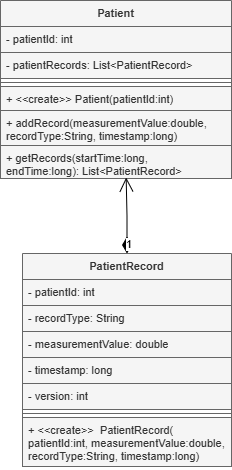
The draw.io diagram uml_models/DiagramPatientIdentificationSystem.drawio.png in KlaraAlbertova/signal_project, before a commit. Source tidied: cells renumbered, new cells last; positions are measured from the earlier drawing's top-left corner, leaving out a move shared by most shapes.
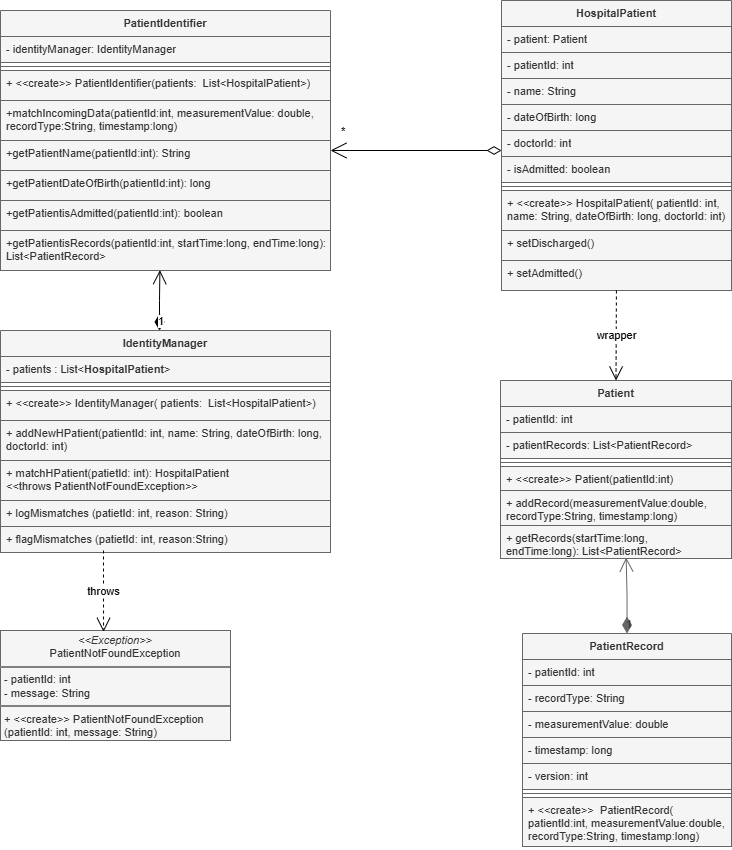
The same diagram one commit later.

Change to the diagram source:
```diff
@@ -1,4 +1,4 @@
-<mxGraphModel>
+<mxGraphModel background="#ffffff">
   <root>
     <mxCell id="0" />
     <mxCell id="1" parent="0" />
@@ -8,19 +8,19 @@
     <mxCell id="3" value="-&amp;nbsp;&lt;span&gt;patientId&lt;/span&gt;&lt;span&gt;: int&lt;/span&gt;" style="text;strokeColor=#666666;fillColor=#f5f5f5;align=left;verticalAlign=top;spacingLeft=4;spacingRight=4;overflow=hidden;whiteSpace=wrap;html=1;fontSize=11;fontFamily=Helvetica;labelBackgroundColor=none;fontColor=#333333;" parent="2" vertex="1">
       <mxGeometry y="26" width="231" height="26" as="geometry" />
     </mxCell>
-    <mxCell id="4" value="&lt;span&gt;-&amp;nbsp;&lt;/span&gt;&lt;span&gt;patientRecords&lt;/span&gt;&lt;span&gt;:&amp;nbsp;&lt;/span&gt;&lt;span style=&quot;&quot;&gt;List&amp;lt;PatientRecord&amp;gt;&lt;/span&gt;" style="text;strokeColor=#666666;fillColor=#f5f5f5;align=left;verticalAlign=top;spacingLeft=4;spacingRight=4;overflow=hidden;whiteSpace=wrap;html=1;fontSize=11;fontFamily=Helvetica;labelBackgroundColor=none;fontColor=#333333;" parent="2" vertex="1">
+    <mxCell id="4" value="&lt;span&gt;-&amp;nbsp;&lt;/span&gt;&lt;span&gt;patientRecords&lt;/span&gt;&lt;span&gt;:&amp;nbsp;&lt;/span&gt;&lt;span&gt;List&amp;lt;PatientRecord&amp;gt;&lt;/span&gt;" style="text;strokeColor=#666666;fillColor=#f5f5f5;align=left;verticalAlign=top;spacingLeft=4;spacingRight=4;overflow=hidden;whiteSpace=wrap;html=1;fontSize=11;fontFamily=Helvetica;labelBackgroundColor=none;fontColor=#333333;" parent="2" vertex="1">
       <mxGeometry y="52" width="231" height="26" as="geometry" />
     </mxCell>
     <mxCell id="5" style="line;strokeWidth=1;fillColor=#f5f5f5;align=left;verticalAlign=middle;spacingTop=-1;spacingLeft=3;spacingRight=3;labelPosition=right;strokeColor=#666666;fontSize=11;fontFamily=Helvetica;labelBackgroundColor=none;fontColor=#333333;" parent="2" vertex="1">
       <mxGeometry y="78" width="231" height="8" as="geometry" />
     </mxCell>
-    <mxCell id="6" value="+ &amp;lt;&amp;lt;create&amp;gt;&amp;gt;&amp;nbsp;&lt;span style=&quot;&quot;&gt;Patient&lt;/span&gt;&lt;span style=&quot;&quot;&gt;(&lt;/span&gt;&lt;span style=&quot;&quot;&gt;patientId:int)&lt;/span&gt;" style="text;strokeColor=#666666;fillColor=#f5f5f5;align=left;verticalAlign=top;spacingLeft=4;spacingRight=4;overflow=hidden;whiteSpace=wrap;html=1;fontSize=11;fontFamily=Helvetica;labelBackgroundColor=none;fontColor=#333333;" parent="2" vertex="1">
+    <mxCell id="6" value="+ &amp;lt;&amp;lt;create&amp;gt;&amp;gt;&amp;nbsp;&lt;span&gt;Patient&lt;/span&gt;&lt;span&gt;(&lt;/span&gt;&lt;span&gt;patientId:int)&lt;/span&gt;" style="text;strokeColor=#666666;fillColor=#f5f5f5;align=left;verticalAlign=top;spacingLeft=4;spacingRight=4;overflow=hidden;whiteSpace=wrap;html=1;fontSize=11;fontFamily=Helvetica;labelBackgroundColor=none;fontColor=#333333;" parent="2" vertex="1">
       <mxGeometry y="86" width="231" height="24" as="geometry" />
     </mxCell>
-    <mxCell id="7" value="+&amp;nbsp;&lt;span style=&quot;&quot;&gt;addRecord&lt;/span&gt;&lt;span&gt;(&lt;/span&gt;&lt;span style=&quot;&quot;&gt;measurementValue:double, recordType:String,&amp;nbsp;&lt;/span&gt;&lt;span style=&quot;&quot;&gt;timestamp:long&lt;/span&gt;&lt;span&gt;)&amp;nbsp;&lt;/span&gt;&lt;br&gt;&lt;div&gt;&lt;span&gt;&lt;br&gt;&lt;/span&gt;&lt;/div&gt;" style="text;strokeColor=#666666;fillColor=#f5f5f5;align=left;verticalAlign=top;spacingLeft=4;spacingRight=4;overflow=hidden;whiteSpace=wrap;html=1;fontSize=11;fontFamily=Helvetica;labelBackgroundColor=none;fontColor=#333333;" parent="2" vertex="1">
+    <mxCell id="7" value="+&amp;nbsp;&lt;span&gt;addRecord&lt;/span&gt;&lt;span&gt;(&lt;/span&gt;&lt;span&gt;measurementValue:double, recordType:String,&amp;nbsp;&lt;/span&gt;&lt;span&gt;timestamp:long&lt;/span&gt;&lt;span&gt;)&amp;nbsp;&lt;/span&gt;&lt;br&gt;&lt;div&gt;&lt;span&gt;&lt;br&gt;&lt;/span&gt;&lt;/div&gt;" style="text;strokeColor=#666666;fillColor=#f5f5f5;align=left;verticalAlign=top;spacingLeft=4;spacingRight=4;overflow=hidden;whiteSpace=wrap;html=1;fontSize=11;fontFamily=Helvetica;labelBackgroundColor=none;fontColor=#333333;" parent="2" vertex="1">
       <mxGeometry y="110" width="231" height="35" as="geometry" />
     </mxCell>
-    <mxCell id="8" value="+&amp;nbsp;&lt;span style=&quot;&quot;&gt;getRecords&lt;/span&gt;&lt;span&gt;(&lt;/span&gt;&lt;span style=&quot;&quot;&gt;startTime:long, &lt;/span&gt;&lt;span style=&quot;&quot;&gt;endTime:long&lt;/span&gt;&lt;span&gt;):&amp;nbsp;&lt;/span&gt;&lt;span style=&quot;&quot;&gt;List&amp;lt;PatientRecord&amp;gt;&lt;/span&gt;" style="text;strokeColor=#666666;fillColor=#f5f5f5;align=left;verticalAlign=top;spacingLeft=4;spacingRight=4;overflow=hidden;points=[[0,0.5],[1,0.5]];portConstraint=eastwest;whiteSpace=wrap;html=1;fontSize=11;fontFamily=Helvetica;fontColor=#333333;labelBackgroundColor=none;" parent="2" vertex="1">
+    <mxCell id="8" value="+&amp;nbsp;&lt;span&gt;getRecords&lt;/span&gt;&lt;span&gt;(&lt;/span&gt;&lt;span&gt;startTime:long, &lt;/span&gt;&lt;span&gt;endTime:long&lt;/span&gt;&lt;span&gt;):&amp;nbsp;&lt;/span&gt;&lt;span&gt;List&amp;lt;PatientRecord&amp;gt;&lt;/span&gt;" style="text;strokeColor=#666666;fillColor=#f5f5f5;align=left;verticalAlign=top;spacingLeft=4;spacingRight=4;overflow=hidden;points=[[0,0.5],[1,0.5]];portConstraint=eastwest;whiteSpace=wrap;html=1;fontSize=11;fontFamily=Helvetica;fontColor=#333333;labelBackgroundColor=none;" parent="2" vertex="1">
       <mxGeometry y="145" width="231" height="33" as="geometry" />
     </mxCell>
     <mxCell id="9" value="&lt;span&gt;PatientRecord&lt;/span&gt;" style="swimlane;fontStyle=1;align=center;verticalAlign=top;horizontal=1;startSize=26;whiteSpace=wrap;html=1;fontSize=11;fontFamily=Helvetica;labelBackgroundColor=none;fontColor=#333333;fillColor=#f5f5f5;strokeColor=#666666;" parent="1" vertex="1">
@@ -44,11 +44,117 @@
     <mxCell id="15" style="line;strokeWidth=1;fillColor=#f5f5f5;align=left;verticalAlign=middle;spacingTop=-1;spacingLeft=3;spacingRight=3;labelPosition=right;strokeColor=#666666;fontSize=11;fontFamily=Helvetica;labelBackgroundColor=none;fontColor=#333333;" parent="9" vertex="1">
       <mxGeometry y="156" width="209" height="8" as="geometry" />
     </mxCell>
-    <mxCell id="16" value="+ &amp;lt;&amp;lt;create&amp;gt;&amp;gt;&amp;nbsp;&amp;nbsp;&lt;span style=&quot;&quot;&gt;PatientRecord&lt;/span&gt;&lt;span style=&quot;&quot;&gt;(&lt;/span&gt;&lt;div&gt;&lt;span style=&quot;&quot;&gt;patientId:int,&amp;nbsp;&lt;/span&gt;&lt;span style=&quot;background-color: transparent;&quot;&gt;measurementValue:double, recordType:String, &lt;/span&gt;&lt;span style=&quot;background-color: transparent;&quot;&gt;timestamp:long)&lt;/span&gt;&lt;/div&gt;" style="text;strokeColor=#666666;fillColor=#f5f5f5;align=left;verticalAlign=top;spacingLeft=4;spacingRight=4;overflow=hidden;whiteSpace=wrap;html=1;fontSize=11;fontFamily=Helvetica;labelBackgroundColor=none;fontColor=#333333;" parent="9" vertex="1">
+    <mxCell id="16" value="+ &amp;lt;&amp;lt;create&amp;gt;&amp;gt;&amp;nbsp;&amp;nbsp;&lt;span&gt;PatientRecord&lt;/span&gt;&lt;span&gt;(&lt;/span&gt;&lt;div&gt;&lt;span&gt;patientId:int,&amp;nbsp;&lt;/span&gt;&lt;span style=&quot;&quot;&gt;measurementValue:double, recordType:String, &lt;/span&gt;&lt;span style=&quot;&quot;&gt;timestamp:long)&lt;/span&gt;&lt;/div&gt;" style="text;strokeColor=#666666;fillColor=#f5f5f5;align=left;verticalAlign=top;spacingLeft=4;spacingRight=4;overflow=hidden;whiteSpace=wrap;html=1;fontSize=11;fontFamily=Helvetica;labelBackgroundColor=none;fontColor=#333333;" parent="9" vertex="1">
       <mxGeometry y="164" width="209" height="49" as="geometry" />
     </mxCell>
-    <mxCell id="17" value="1" style="endArrow=open;html=1;endSize=12;startArrow=diamondThin;startSize=14;startFill=1;edgeStyle=orthogonalEdgeStyle;align=left;verticalAlign=bottom;rounded=0;entryX=0.544;entryY=0.97;entryDx=0;entryDy=0;entryPerimeter=0;strokeColor=light-dark(#000000,#FFFFFF);" parent="1" edge="1" source="9" target="8">
+    <mxCell id="17" value="1" style="endArrow=open;html=1;endSize=12;startArrow=diamondThin;startSize=14;startFill=1;edgeStyle=orthogonalEdgeStyle;align=left;verticalAlign=bottom;rounded=0;entryX=0.544;entryY=0.97;entryDx=0;entryDy=0;entryPerimeter=0;strokeColor=#666666;fillColor=#f5f5f5;fontSize=11;fontFamily=Helvetica;fontColor=light-dark(#333333,#C1C1C1);labelBackgroundColor=none;" parent="1" edge="1" source="9" target="8">
       <mxGeometry x="-1" y="3" relative="1" as="geometry" />
     </mxCell>
+    <mxCell id="18" value="&lt;span lang=&quot;EN-CA&quot; style=&quot;&quot;&gt;PatientIdentifier&lt;/span&gt;" style="swimlane;fontStyle=1;align=center;verticalAlign=top;horizontal=1;startSize=26;whiteSpace=wrap;html=1;fontColor=#333333;fillColor=#f5f5f5;strokeColor=#666666;fontSize=11;fontFamily=Helvetica;labelBackgroundColor=none;" parent="1" vertex="1">
+      <mxGeometry x="-500" y="-370" width="330" height="260" as="geometry" />
+    </mxCell>
+    <mxCell id="19" value="- i&lt;span lang=&quot;EN-CA&quot; style=&quot;&quot;&gt;dentityManager:&amp;nbsp;&lt;/span&gt;&lt;span lang=&quot;EN-CA&quot; style=&quot;&quot;&gt;IdentityManager&lt;/span&gt;" style="text;strokeColor=#666666;fillColor=#f5f5f5;align=left;verticalAlign=top;spacingLeft=4;spacingRight=4;overflow=hidden;whiteSpace=wrap;html=1;fontColor=#333333;fontSize=11;fontFamily=Helvetica;labelBackgroundColor=none;" parent="18" vertex="1">
+      <mxGeometry y="26" width="330" height="26" as="geometry" />
+    </mxCell>
+    <mxCell id="20" style="line;strokeWidth=1;fillColor=#f5f5f5;align=left;verticalAlign=middle;spacingTop=-1;spacingLeft=3;spacingRight=3;labelPosition=right;strokeColor=#666666;fontColor=#333333;fontSize=11;fontFamily=Helvetica;labelBackgroundColor=none;" parent="18" vertex="1">
+      <mxGeometry y="52" width="330" height="8" as="geometry" />
+    </mxCell>
+    <mxCell id="21" value="+ &amp;lt;&amp;lt;create&amp;gt;&amp;gt; PatientIdentifier(patients:&amp;nbsp;&amp;nbsp;List&amp;lt;&lt;span style=&quot;text-align: center;&quot;&gt;HospitalPatient&lt;/span&gt;&amp;gt;)" style="text;strokeColor=#666666;fillColor=#f5f5f5;align=left;verticalAlign=top;spacingLeft=4;spacingRight=4;overflow=hidden;whiteSpace=wrap;html=1;fontColor=#333333;fontSize=11;fontFamily=Helvetica;labelBackgroundColor=none;" parent="18" vertex="1">
+      <mxGeometry y="60" width="330" height="30" as="geometry" />
+    </mxCell>
+    <mxCell id="22" value="+matchIncomingData(&lt;span&gt;patientId:int,&amp;nbsp;&lt;/span&gt;&lt;span style=&quot;&quot;&gt;measurementValue: double, recordType:String,&amp;nbsp;&lt;/span&gt;&lt;span style=&quot;&quot;&gt;timestamp:long&lt;/span&gt;)&amp;nbsp;&amp;nbsp;" style="text;strokeColor=#666666;fillColor=#f5f5f5;align=left;verticalAlign=top;spacingLeft=4;spacingRight=4;overflow=hidden;whiteSpace=wrap;html=1;fontColor=#333333;fontSize=11;fontFamily=Helvetica;labelBackgroundColor=none;" parent="18" vertex="1">
+      <mxGeometry y="90" width="330" height="40" as="geometry" />
+    </mxCell>
+    <mxCell id="23" value="+getPatientName(&lt;span&gt;patientId:int&lt;/span&gt;): String&amp;nbsp;&amp;nbsp;" style="text;strokeColor=#666666;fillColor=#f5f5f5;align=left;verticalAlign=top;spacingLeft=4;spacingRight=4;overflow=hidden;points=[[0,0.5],[1,0.5]];portConstraint=eastwest;whiteSpace=wrap;html=1;fontColor=#333333;fontSize=11;fontFamily=Helvetica;labelBackgroundColor=none;" parent="18" vertex="1">
+      <mxGeometry y="130" width="330" height="30" as="geometry" />
+    </mxCell>
+    <mxCell id="24" value="+getPatientDateOfBirth(&lt;span&gt;patientId:int&lt;/span&gt;): long" style="text;strokeColor=#666666;fillColor=#f5f5f5;align=left;verticalAlign=top;spacingLeft=4;spacingRight=4;overflow=hidden;whiteSpace=wrap;html=1;fontColor=#333333;fontSize=11;fontFamily=Helvetica;labelBackgroundColor=none;" parent="18" vertex="1">
+      <mxGeometry y="160" width="330" height="30" as="geometry" />
+    </mxCell>
+    <mxCell id="25" value="+getPatientisAdmitted(&lt;span&gt;patientId:int&lt;/span&gt;): boolean" style="text;strokeColor=#666666;fillColor=#f5f5f5;align=left;verticalAlign=top;spacingLeft=4;spacingRight=4;overflow=hidden;whiteSpace=wrap;html=1;fontColor=#333333;fontSize=11;fontFamily=Helvetica;labelBackgroundColor=none;" parent="18" vertex="1">
+      <mxGeometry y="190" width="330" height="30" as="geometry" />
+    </mxCell>
+    <mxCell id="26" value="+getPatientisRecords(&lt;span&gt;patientId:int,&amp;nbsp;&lt;/span&gt;&lt;span&gt;startTime:long,&amp;nbsp;&lt;/span&gt;&lt;span&gt;endTime:long&lt;/span&gt;):&amp;nbsp;&lt;div&gt;&lt;span&gt;List&amp;lt;PatientRecord&amp;gt;&lt;/span&gt;&lt;/div&gt;" style="text;strokeColor=#666666;fillColor=#f5f5f5;align=left;verticalAlign=top;spacingLeft=4;spacingRight=4;overflow=hidden;points=[[0,0.5],[1,0.5]];portConstraint=eastwest;whiteSpace=wrap;html=1;fontColor=#333333;fontSize=11;fontFamily=Helvetica;labelBackgroundColor=none;" parent="18" vertex="1">
+      <mxGeometry y="220" width="330" height="40" as="geometry" />
+    </mxCell>
+    <mxCell id="27" value="&lt;span lang=&quot;EN-CA&quot; style=&quot;&quot;&gt;IdentityManager&lt;/span&gt;" style="swimlane;fontStyle=1;align=center;verticalAlign=top;horizontal=1;startSize=26;whiteSpace=wrap;html=1;fillColor=#f5f5f5;fontColor=#333333;strokeColor=#666666;fontSize=11;fontFamily=Helvetica;labelBackgroundColor=none;" parent="1" vertex="1">
+      <mxGeometry x="-500" y="-50" width="330" height="222" as="geometry" />
+    </mxCell>
+    <mxCell id="28" value="- patients : List&amp;lt;&lt;span style=&quot;font-weight: 700; text-align: center;&quot;&gt;HospitalPatient&lt;/span&gt;&amp;gt;" style="text;strokeColor=#666666;fillColor=#f5f5f5;align=left;verticalAlign=top;spacingLeft=4;spacingRight=4;overflow=hidden;whiteSpace=wrap;html=1;fontColor=#333333;fontSize=11;fontFamily=Helvetica;labelBackgroundColor=none;" parent="27" vertex="1">
+      <mxGeometry y="26" width="330" height="26" as="geometry" />
+    </mxCell>
+    <mxCell id="29" style="line;strokeWidth=1;fillColor=#f5f5f5;align=left;verticalAlign=middle;spacingTop=-1;spacingLeft=3;spacingRight=3;labelPosition=right;strokeColor=#666666;fontColor=#333333;fontSize=11;fontFamily=Helvetica;labelBackgroundColor=none;fontStyle=0;" parent="27" vertex="1">
+      <mxGeometry y="52" width="330" height="8" as="geometry" />
+    </mxCell>
+    <mxCell id="30" value="+ &amp;lt;&amp;lt;create&amp;gt;&amp;gt; IdentityManager( patients:&amp;nbsp;&amp;nbsp;List&amp;lt;&lt;span style=&quot;text-align: center;&quot;&gt;HospitalPatient&lt;/span&gt;&amp;gt;)" style="text;strokeColor=#666666;fillColor=#f5f5f5;align=left;verticalAlign=top;spacingLeft=4;spacingRight=4;overflow=hidden;whiteSpace=wrap;html=1;fontColor=#333333;fontSize=11;fontFamily=Helvetica;labelBackgroundColor=none;fontStyle=0;" parent="27" vertex="1">
+      <mxGeometry y="60" width="330" height="30" as="geometry" />
+    </mxCell>
+    <mxCell id="31" value="+ addNewHPatient(patientId: int, name: String, dateOfBirth: long, doctorId: int)" style="text;strokeColor=#666666;fillColor=#f5f5f5;align=left;verticalAlign=top;spacingLeft=4;spacingRight=4;overflow=hidden;whiteSpace=wrap;html=1;fontColor=#333333;fontSize=11;fontFamily=Helvetica;labelBackgroundColor=none;fontStyle=0;" parent="27" vertex="1">
+      <mxGeometry y="90" width="330" height="40" as="geometry" />
+    </mxCell>
+    <mxCell id="32" value="+ matchHPatient(patietId: int):&amp;nbsp;&lt;span style=&quot;text-align: center;&quot;&gt;HospitalPatient&amp;nbsp;&lt;/span&gt;&lt;div&gt;&amp;lt;&amp;lt;throws PatientNotFoundException&amp;gt;&amp;gt;&amp;nbsp;&lt;/div&gt;" style="text;strokeColor=#666666;fillColor=#f5f5f5;align=left;verticalAlign=top;spacingLeft=4;spacingRight=4;overflow=hidden;whiteSpace=wrap;html=1;fontColor=#333333;fontSize=11;fontFamily=Helvetica;labelBackgroundColor=none;fontStyle=0;" parent="27" vertex="1">
+      <mxGeometry y="130" width="330" height="40" as="geometry" />
+    </mxCell>
+    <mxCell id="33" value="+ logM&lt;span lang=&quot;EN-CA&quot; style=&quot;&quot;&gt;ismatches&amp;nbsp;&lt;/span&gt;(patietId: int, reason: String)" style="text;strokeColor=#666666;fillColor=#f5f5f5;align=left;verticalAlign=top;spacingLeft=4;spacingRight=4;overflow=hidden;whiteSpace=wrap;html=1;fontColor=#333333;fontSize=11;fontFamily=Helvetica;labelBackgroundColor=none;fontStyle=0;" parent="27" vertex="1">
+      <mxGeometry y="170" width="330" height="26" as="geometry" />
+    </mxCell>
+    <mxCell id="34" value="+ flagM&lt;span lang=&quot;EN-CA&quot;&gt;ismatches&amp;nbsp;&lt;/span&gt;(patietId: int, reason:String)" style="text;strokeColor=#666666;fillColor=#f5f5f5;align=left;verticalAlign=top;spacingLeft=4;spacingRight=4;overflow=hidden;whiteSpace=wrap;html=1;fontColor=#333333;fontSize=11;fontFamily=Helvetica;labelBackgroundColor=none;fontStyle=0;" parent="27" vertex="1">
+      <mxGeometry y="196" width="330" height="26" as="geometry" />
+    </mxCell>
+    <mxCell id="35" value="&lt;span lang=&quot;EN-CA&quot; style=&quot;&quot;&gt;HospitalPatient&lt;/span&gt;" style="swimlane;fontStyle=1;align=center;verticalAlign=top;horizontal=1;startSize=26;whiteSpace=wrap;html=1;fillColor=#f5f5f5;fontColor=#333333;strokeColor=#666666;fontSize=11;fontFamily=Helvetica;labelBackgroundColor=none;" parent="1" vertex="1">
+      <mxGeometry x="1" y="-380" width="230" height="290" as="geometry" />
+    </mxCell>
+    <mxCell id="36" value="- patient: Patient" style="text;strokeColor=#666666;fillColor=#f5f5f5;align=left;verticalAlign=top;spacingLeft=4;spacingRight=4;overflow=hidden;whiteSpace=wrap;html=1;fontColor=#333333;fontSize=11;fontFamily=Helvetica;labelBackgroundColor=none;" parent="35" vertex="1">
+      <mxGeometry y="26" width="230" height="26" as="geometry" />
+    </mxCell>
+    <mxCell id="37" value="- patientId: int" style="text;strokeColor=#666666;fillColor=#f5f5f5;align=left;verticalAlign=top;spacingLeft=4;spacingRight=4;overflow=hidden;whiteSpace=wrap;html=1;fontColor=#333333;fontSize=11;fontFamily=Helvetica;labelBackgroundColor=none;" parent="35" vertex="1">
+      <mxGeometry y="52" width="230" height="26" as="geometry" />
+    </mxCell>
+    <mxCell id="38" value="- name: String" style="text;strokeColor=#666666;fillColor=#f5f5f5;align=left;verticalAlign=top;spacingLeft=4;spacingRight=4;overflow=hidden;whiteSpace=wrap;html=1;fontColor=#333333;fontSize=11;fontFamily=Helvetica;labelBackgroundColor=none;" parent="35" vertex="1">
+      <mxGeometry y="78" width="230" height="26" as="geometry" />
+    </mxCell>
+    <mxCell id="39" value="- dateOfBirth: long" style="text;strokeColor=#666666;fillColor=#f5f5f5;align=left;verticalAlign=top;spacingLeft=4;spacingRight=4;overflow=hidden;whiteSpace=wrap;html=1;fontColor=#333333;fontSize=11;fontFamily=Helvetica;labelBackgroundColor=none;" parent="35" vertex="1">
+      <mxGeometry y="104" width="230" height="26" as="geometry" />
+    </mxCell>
+    <mxCell id="40" value="- doctorId: int" style="text;strokeColor=#666666;fillColor=#f5f5f5;align=left;verticalAlign=top;spacingLeft=4;spacingRight=4;overflow=hidden;whiteSpace=wrap;html=1;fontColor=#333333;fontSize=11;fontFamily=Helvetica;labelBackgroundColor=none;" parent="35" vertex="1">
+      <mxGeometry y="130" width="230" height="26" as="geometry" />
+    </mxCell>
+    <mxCell id="41" value="- isAdmitted: boolean" style="text;strokeColor=#666666;fillColor=#f5f5f5;align=left;verticalAlign=top;spacingLeft=4;spacingRight=4;overflow=hidden;whiteSpace=wrap;html=1;fontColor=#333333;fontSize=11;fontFamily=Helvetica;labelBackgroundColor=none;" parent="35" vertex="1">
+      <mxGeometry y="156" width="230" height="26" as="geometry" />
+    </mxCell>
+    <mxCell id="42" style="line;strokeWidth=1;fillColor=#f5f5f5;align=left;verticalAlign=middle;spacingTop=-1;spacingLeft=3;spacingRight=3;labelPosition=right;strokeColor=#666666;fontColor=#333333;fontSize=11;fontFamily=Helvetica;labelBackgroundColor=none;" parent="35" vertex="1">
+      <mxGeometry y="182" width="230" height="8" as="geometry" />
+    </mxCell>
+    <mxCell id="43" value="+ &amp;lt;&amp;lt;create&amp;gt;&amp;gt; HospitalPatient( patientId: int, name: String, dateOfBirth: long, doctorId: int)" style="text;strokeColor=#666666;fillColor=#f5f5f5;align=left;verticalAlign=top;spacingLeft=4;spacingRight=4;overflow=hidden;whiteSpace=wrap;html=1;fontColor=#333333;fontSize=11;fontFamily=Helvetica;labelBackgroundColor=none;" parent="35" vertex="1">
+      <mxGeometry y="190" width="230" height="40" as="geometry" />
+    </mxCell>
+    <mxCell id="44" value="+ setD&lt;span class=&quot;Yjhzub&quot; style=&quot;&quot;&gt;ischarged()&lt;/span&gt;" style="text;strokeColor=#666666;fillColor=#f5f5f5;align=left;verticalAlign=top;spacingLeft=4;spacingRight=4;overflow=hidden;whiteSpace=wrap;html=1;fontColor=#333333;fontSize=11;fontFamily=Helvetica;labelBackgroundColor=none;" parent="35" vertex="1">
+      <mxGeometry y="230" width="230" height="30" as="geometry" />
+    </mxCell>
+    <mxCell id="45" value="+ setAdmitted()" style="text;strokeColor=#666666;fillColor=#f5f5f5;align=left;verticalAlign=top;spacingLeft=4;spacingRight=4;overflow=hidden;points=[[0,0.5],[1,0.5]];portConstraint=eastwest;whiteSpace=wrap;html=1;fontColor=#333333;fontSize=11;fontFamily=Helvetica;labelBackgroundColor=none;" parent="35" vertex="1">
+      <mxGeometry y="260" width="230" height="30" as="geometry" />
+    </mxCell>
+    <mxCell id="46" value="&lt;p style=&quot;margin:0px;margin-top:4px;text-align:center;&quot;&gt;&lt;i&gt;&amp;lt;&amp;lt;Exception&amp;gt;&amp;gt;&lt;/i&gt;&lt;br&gt;&lt;span style=&quot;text-align: left;&quot;&gt;PatientNotFoundException&lt;/span&gt;&lt;/p&gt;&lt;hr style=&quot;border-style:solid;&quot;&gt;&lt;p style=&quot;margin:0px;margin-left:4px;&quot;&gt;- patientId: int&lt;/p&gt;&lt;p style=&quot;margin:0px;margin-left:4px;&quot;&gt;- message: String&lt;/p&gt;&lt;hr style=&quot;border-style:solid;&quot;&gt;&lt;p style=&quot;margin:0px;margin-left:4px;&quot;&gt;+ &amp;lt;&amp;lt;create&amp;gt;&amp;gt; PatientNotFoundException (patientId: int, message: String)&lt;/p&gt;&lt;div&gt;&lt;br&gt;&lt;/div&gt;" style="verticalAlign=top;align=left;overflow=fill;html=1;whiteSpace=wrap;fillColor=#f5f5f5;fontColor=#333333;strokeColor=#666666;fontSize=11;fontFamily=Helvetica;labelBackgroundColor=none;" parent="1" vertex="1">
+      <mxGeometry x="-500" y="250" width="230" height="110" as="geometry" />
+    </mxCell>
+    <mxCell id="47" value="*" style="endArrow=diamondThin;html=1;endSize=12;startArrow=open;startSize=14;startFill=0;edgeStyle=orthogonalEdgeStyle;align=left;verticalAlign=bottom;rounded=0;endFill=0;exitX=1;exitY=0.333;exitDx=0;exitDy=0;exitPerimeter=0;" parent="1" edge="1" source="23">
+      <mxGeometry x="-0.88" y="10" relative="1" as="geometry">
+        <mxPoint x="1" y="-230" as="targetPoint" />
+        <mxPoint x="-1" as="offset" />
+      </mxGeometry>
+    </mxCell>
+    <mxCell id="48" value="wrapper" style="endArrow=open;endSize=12;dashed=1;html=1;rounded=0;entryX=0.5;entryY=0;entryDx=0;entryDy=0;" parent="1" edge="1" source="45" target="2">
+      <mxGeometry relative="1" as="geometry" />
+    </mxCell>
+    <mxCell id="49" value="1" style="endArrow=open;html=1;endSize=12;startArrow=diamondThin;startSize=14;startFill=1;edgeStyle=orthogonalEdgeStyle;align=left;verticalAlign=bottom;rounded=0;entryX=0.483;entryY=0.992;entryDx=0;entryDy=0;entryPerimeter=0;" parent="1" edge="1" target="26">
+      <mxGeometry x="-1" y="3" relative="1" as="geometry">
+        <mxPoint x="-341" y="-50" as="sourcePoint" />
+      </mxGeometry>
+    </mxCell>
+    <mxCell id="50" value="throws" style="endArrow=open;endSize=12;dashed=1;html=1;rounded=0;entryX=0.448;entryY=0.012;entryDx=0;entryDy=0;entryPerimeter=0;" parent="1" edge="1" target="46">
+      <mxGeometry relative="1" as="geometry">
+        <mxPoint x="-397" y="170" as="sourcePoint" />
+      </mxGeometry>
+    </mxCell>
   </root>
 </mxGraphModel>
```
